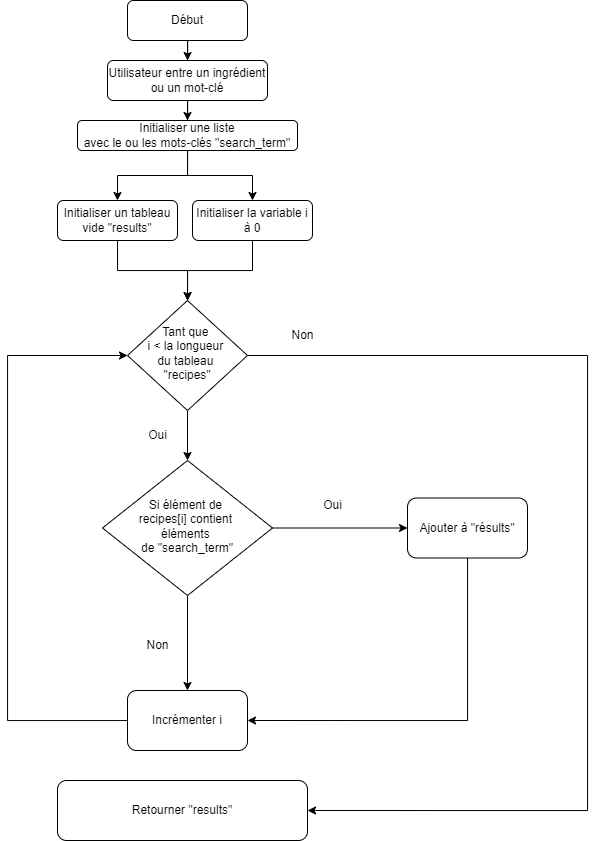
Earlier version of the draw.io export Diagramme boucle .drawio.png (Jeiiro/PetitsPlats2.0). Source tidied: cells renumbered, new cells last; positions are measured from the earlier drawing's top-left corner, leaving out a move shared by most shapes.
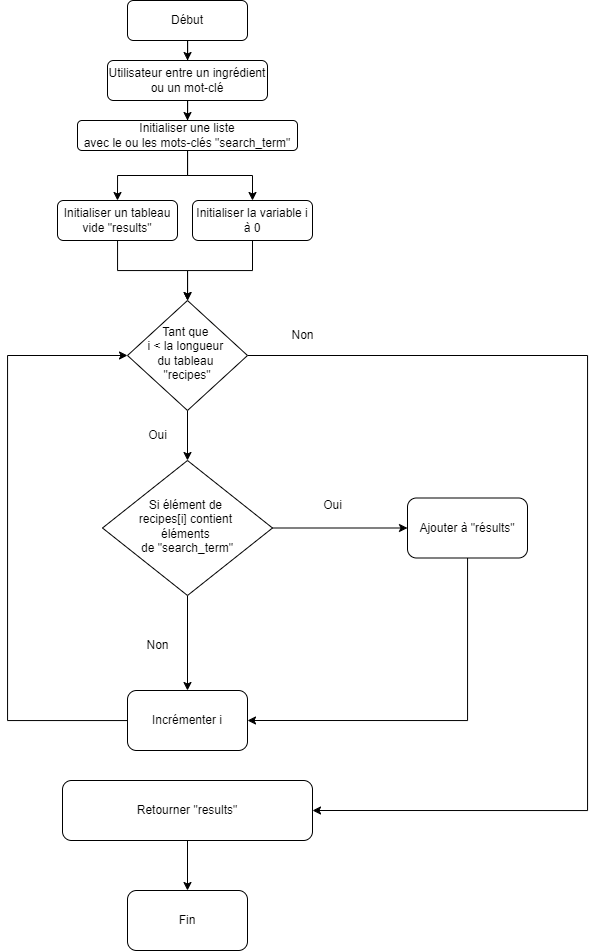
After the commit.

Commit message:
Mettre à jour Diagramme boucle .drawio.png

Diff of the diagram source:
```diff
@@ -70,8 +70,11 @@
     <mxCell id="22" value="Oui" style="text;html=1;align=center;verticalAlign=middle;strokeColor=none;fillColor=none;" parent="1" vertex="1">
       <mxGeometry x="130" y="420" width="40" height="30" as="geometry" />
     </mxCell>
+    <mxCell id="28" style="edgeStyle=orthogonalEdgeStyle;rounded=0;jettySize=auto;html=1;entryX=0.5;entryY=0;entryDx=0;entryDy=0;" parent="1" edge="1" source="23" target="29">
+      <mxGeometry relative="1" as="geometry" />
+    </mxCell>
     <mxCell id="23" value="Retourner &quot;results&quot;" style="rounded=1;whiteSpace=wrap;html=1;" parent="1" vertex="1">
-      <mxGeometry x="50" y="780" width="250" height="60" as="geometry" />
+      <mxGeometry x="55" y="780" width="250" height="60" as="geometry" />
     </mxCell>
     <mxCell id="24" style="edgeStyle=orthogonalEdgeStyle;rounded=0;jettySize=auto;html=1;entryX=0;entryY=0.5;entryDx=0;entryDy=0;" parent="1" edge="1" source="25" target="11">
       <mxGeometry relative="1" as="geometry">
@@ -94,5 +97,8 @@
     <mxCell id="27" value="Ajouter à &quot;résults&quot;" style="rounded=1;whiteSpace=wrap;html=1;" parent="1" vertex="1">
       <mxGeometry x="400" y="497.5" width="120" height="60" as="geometry" />
     </mxCell>
+    <mxCell id="29" value="Fin" style="rounded=1;whiteSpace=wrap;html=1;" parent="1" vertex="1">
+      <mxGeometry x="120" y="890" width="120" height="60" as="geometry" />
+    </mxCell>
   </root>
 </mxGraphModel>
```
